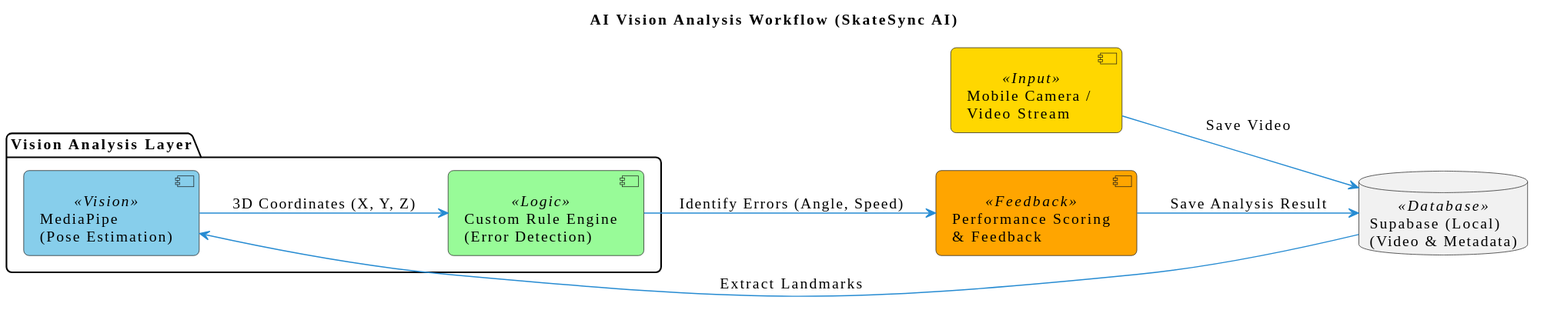
myz21/metu-sports-hackhaton keeps this PlantUML diagram as workflows/vision_workflow.svg. Above is the earlier version.
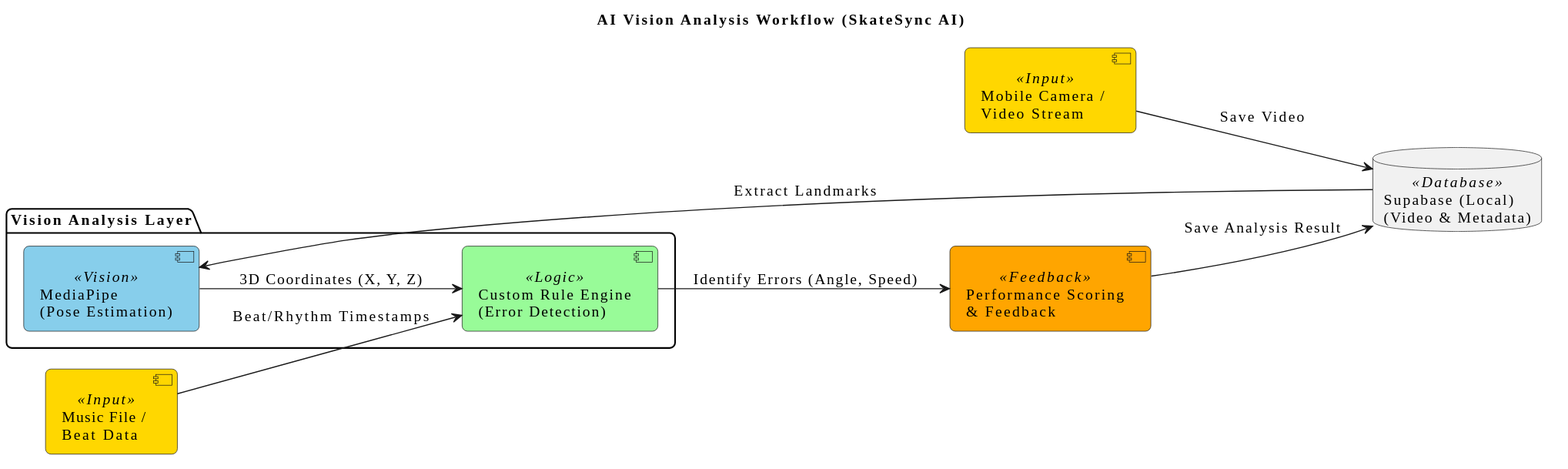
After the change.

Commit message:
update workflow diagrams background color

The edit, as a diff of the source:
```diff
@@ -1,22 +1,17 @@
 @startuml
-skinparam backgroundColor transparent
+skinparam backgroundColor #FFFFFF
 skinparam defaultFontName Outfit
 skinparam defaultFontSize 14
 skinparam roundcorner 10
 skinparam shadowing false
 
-skinparam activity {
-    BackgroundColor #fdf6e3
-    BorderColor #268bd2
-    ArrowColor #268bd2
-}
-
 skinparam component {
     BackgroundColor<<Input>> #FFD700
     BackgroundColor<<Vision>> #87CEEB
     BackgroundColor<<Logic>> #98FB98
-    BackgroundColor<<Database>> #FF69B4
+    BackgroundColor<<Database>> #F1F1F1
     BackgroundColor<<Feedback>> #FFA500
+    BackgroundColor<<Audio>> #DDA0DD
 }
 
 title AI Vision Analysis Workflow (SkateSync AI)
@@ -24,6 +19,7 @@
 left to right direction
 
 component "Mobile Camera / \nVideo Stream" <<Input>> as Camera
+component "Music File / \nBeat Data" <<Input>> as Music
 database "Supabase (Local)\n(Video & Metadata)" <<Database>> as Supabase
 
 package "Vision Analysis Layer" {
@@ -36,6 +32,7 @@
 Camera --> Supabase : Save Video
 Supabase --> MediaPipe : Extract Landmarks
 MediaPipe --> Logic : 3D Coordinates (X, Y, Z)
+Music --> Logic : Beat/Rhythm Timestamps
 Logic --> Score : Identify Errors (Angle, Speed)
 Score --> Supabase : Save Analysis Result
 @enduml
```
